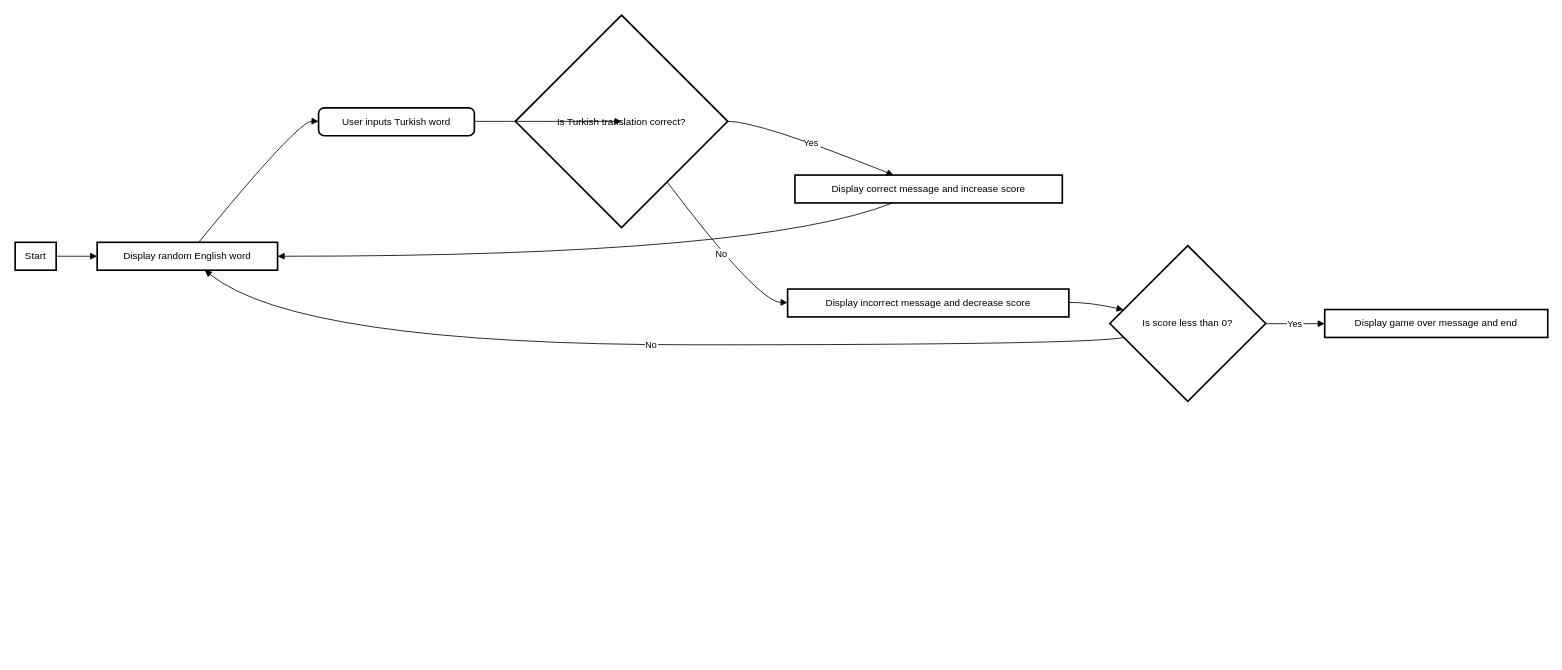
ozgurturkiye/peace01 keeps this draw.io diagram as Untitled Diagram.drawio. Above is the earlier version. Source tidied: cells renumbered, new cells numbered last; positions are measured from the earlier drawing's top-left corner, leaving out a move shared by most shapes. Both pictures are drawn from the tidied source at 82%, with x=0, y=0 at pixel (15, 15).
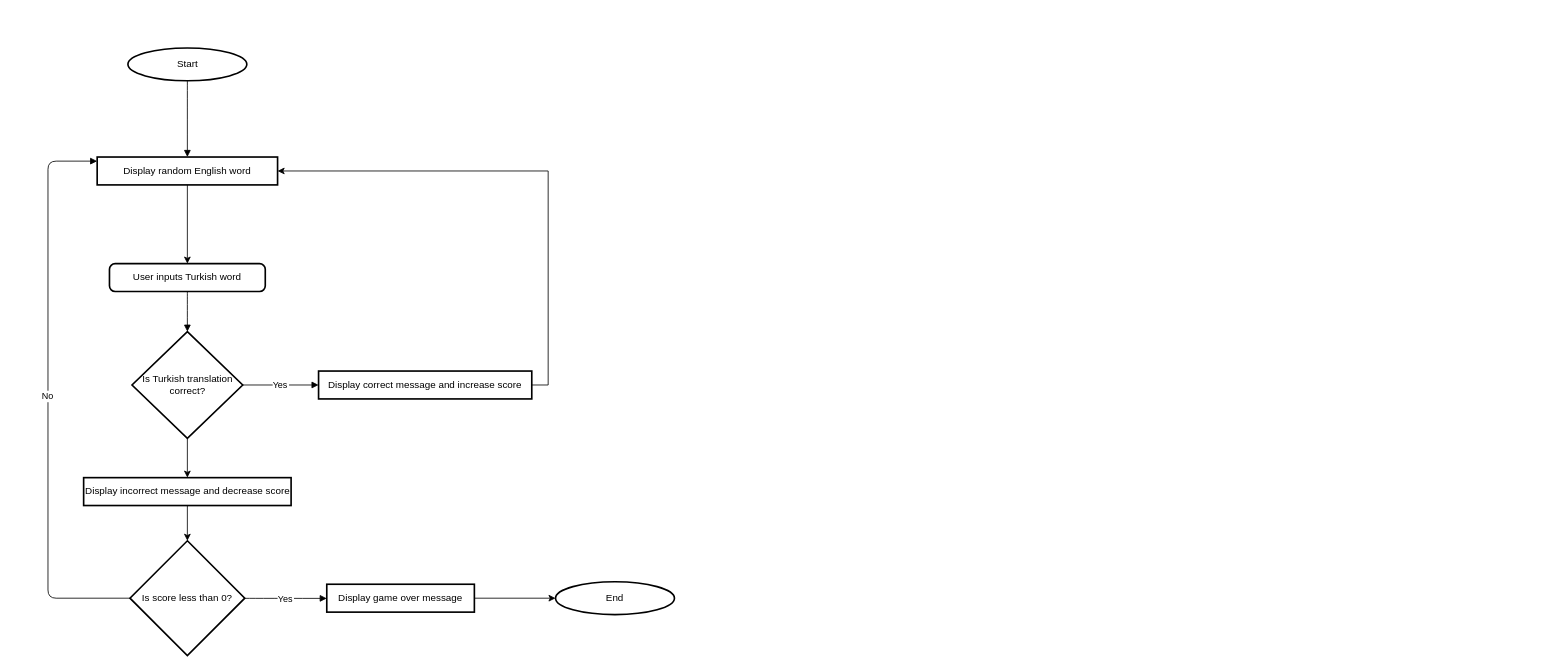
After the change.

What changed in the source:
```diff
@@
-    <mxCell id="2" value="Start" style="whiteSpace=wrap;strokeWidth=2;" parent="1" vertex="1">
-      <mxGeometry y="277" width="50" height="34" as="geometry" />
+    <mxCell id="2" value="Start" style="whiteSpace=wrap;strokeWidth=2;shape=ellipse;perimeter=ellipsePerimeter;html=1;" parent="1" vertex="1">
+      <mxGeometry x="137.5" y="40" width="145" height="40" as="geometry" />
     </mxCell>
+    <mxCell id="11" style="edgeStyle=orthogonalEdgeStyle;rounded=0;jettySize=auto;html=1;" parent="1" edge="1" source="3" target="4">
+      <mxGeometry relative="1" as="geometry" />
+    </mxCell>
     <mxCell id="3" value="Display random English word" style="whiteSpace=wrap;strokeWidth=2;" parent="1" vertex="1">
-      <mxGeometry x="100" y="277" width="220" height="34" as="geometry" />
+      <mxGeometry x="100" y="173" width="220" height="34" as="geometry" />
     </mxCell>
     <mxCell id="4" value="User inputs Turkish word" style="rounded=1;absoluteArcSize=1;arcSize=14;whiteSpace=wrap;strokeWidth=2;" parent="1" vertex="1">
-      <mxGeometry x="370" y="113" width="190" height="34" as="geometry" />
+      <mxGeometry x="115" y="303" width="190" height="34" as="geometry" />
     </mxCell>
+    <mxCell id="14" style="edgeStyle=orthogonalEdgeStyle;rounded=0;jettySize=auto;html=1;" parent="1" edge="1" source="5" target="7">
+      <mxGeometry relative="1" as="geometry" />
+    </mxCell>
     <mxCell id="5" value="Is Turkish translation correct?" style="rhombus;strokeWidth=2;whiteSpace=wrap;" parent="1" vertex="1">
-      <mxGeometry x="610" width="259" height="259" as="geometry" />
+      <mxGeometry x="142.5" y="386" width="135" height="130" as="geometry" />
     </mxCell>
+    <mxCell id="18" style="edgeStyle=orthogonalEdgeStyle;rounded=0;jettySize=auto;html=1;" parent="1" edge="1" source="6" target="3">
+      <mxGeometry relative="1" as="geometry">
+        <Array as="points">
+          <mxPoint x="650" y="451" />
+          <mxPoint x="650" y="190" />
+        </Array>
+      </mxGeometry>
+    </mxCell>
     <mxCell id="6" value="Display correct message and increase score" style="whiteSpace=wrap;strokeWidth=2;" parent="1" vertex="1">
-      <mxGeometry x="951" y="195" width="326" height="34" as="geometry" />
+      <mxGeometry x="370" y="434" width="260" height="34" as="geometry" />
     </mxCell>
+    <mxCell id="15" style="edgeStyle=orthogonalEdgeStyle;rounded=0;jettySize=auto;html=1;" parent="1" edge="1" source="7" target="8">
+      <mxGeometry relative="1" as="geometry" />
+    </mxCell>
     <mxCell id="7" value="Display incorrect message and decrease score" style="whiteSpace=wrap;strokeWidth=2;" parent="1" vertex="1">
-      <mxGeometry x="942" y="334" width="343" height="34" as="geometry" />
+      <mxGeometry x="83.5" y="564" width="253" height="34" as="geometry" />
     </mxCell>
     <mxCell id="8" value="Is score less than 0?" style="rhombus;strokeWidth=2;whiteSpace=wrap;" parent="1" vertex="1">
-      <mxGeometry x="1335" y="281" width="190" height="190" as="geometry" />
+      <mxGeometry x="140" y="641" width="140" height="140" as="geometry" />
     </mxCell>
+    <mxCell id="19" style="edgeStyle=orthogonalEdgeStyle;rounded=0;jettySize=auto;html=1;" parent="1" edge="1" source="9" target="20">
+      <mxGeometry relative="1" as="geometry" />
+    </mxCell>
-    <mxCell id="9" value="Display game over message and end" style="whiteSpace=wrap;strokeWidth=2;" parent="1" vertex="1">
-      <mxGeometry x="1597" y="359" width="272" height="34" as="geometry" />
+    <mxCell id="9" value="Display game over message" style="whiteSpace=wrap;strokeWidth=2;" parent="1" vertex="1">
+      <mxGeometry x="380" y="694" width="180" height="34" as="geometry" />
     </mxCell>
-    <mxCell id="10" style="curved=1;startArrow=none;endArrow=block;exitX=1.00015625;exitY=0.4997702205882353;entryX=0.000035511363636363635;entryY=0.4997702205882353;" parent="1" edge="1" source="2" target="3">
+    <mxCell id="10" style="curved=1;startArrow=none;endArrow=block;" parent="1" edge="1" source="2" target="3">
       <mxGeometry relative="1" as="geometry" />
     </mxCell>
-    <mxCell id="11" style="curved=1;startArrow=none;endArrow=block;exitX=0.5621675790281528;exitY=0.007123161764705882;entryX=-0.0006990131578947368;entryY=0.48517922794117646;" parent="1" edge="1" source="3" target="4">
-      <mxGeometry relative="1" as="geometry">
-        <Array as="points">
-          <mxPoint x="345" y="129" />
-        </Array>
-      </mxGeometry>
-    </mxCell>
-    <mxCell id="12" style="curved=1;startArrow=none;endArrow=block;exitX=1.001439144736842;exitY=0.48517922794117646;entryX=0.0010557432432432433;entryY=0.49998491795366795;" parent="1" edge="1" source="4" target="5">
+    <mxCell id="12" style="curved=1;startArrow=none;endArrow=block;" parent="1" edge="1" source="4" target="5">
       <mxGeometry relative="1" as="geometry" />
     </mxCell>
-    <mxCell id="13" value="Yes" style="curved=1;startArrow=none;endArrow=block;exitX=1.001025579150579;exitY=0.49998491795366795;entryX=0.36881376070006594;entryY=-0.00017233455882352942;" parent="1" edge="1" source="5" target="6">
-      <mxGeometry relative="1" as="geometry">
-        <Array as="points">
-          <mxPoint x="906" y="129" />
-        </Array>
-      </mxGeometry>
+    <mxCell id="13" value="Yes" style="startArrow=none;endArrow=block;" parent="1" edge="1" source="5" target="6">
+      <mxGeometry relative="1" as="geometry" />
     </mxCell>
-    <mxCell id="14" value="No" style="curved=1;startArrow=none;endArrow=block;exitX=0.8764073691383577;exitY=0.9999698359073359;entryX=-0.0002505466472303207;entryY=0.4813878676470588;" parent="1" edge="1" source="5" target="7">
-      <mxGeometry relative="1" as="geometry">
-        <Array as="points">
-          <mxPoint x="906" y="350" />
-        </Array>
-      </mxGeometry>
-    </mxCell>
-    <mxCell id="15" style="curved=1;startArrow=none;endArrow=block;exitX=1.000797193877551;exitY=0.4813878676470588;entryX=0.0014391447368421052;entryY=0.3935167658447471;" parent="1" edge="1" source="7" target="8">
-      <mxGeometry relative="1" as="geometry">
-        <Array as="points">
-          <mxPoint x="1310" y="350" />
-        </Array>
-      </mxGeometry>
-    </mxCell>
@@
-    <mxCell id="17" value="No" style="curved=1;startArrow=none;endArrow=block;exitX=0.0014391447368421052;exitY=0.6090325762605161;entryX=0.5947268293483973;entryY=0.9924172794117647;" parent="1" edge="1" source="8" target="3">
+    <mxCell id="17" value="No" style="startArrow=none;endArrow=block;edgeStyle=orthogonalEdgeStyle;" parent="1" edge="1" source="8" target="3">
       <mxGeometry relative="1" as="geometry">
         <Array as="points">
-          <mxPoint x="1310" y="402" />
-          <mxPoint x="345" y="402" />
+          <mxPoint x="40" y="711" />
+          <mxPoint x="40" y="178" />
         </Array>
       </mxGeometry>
     </mxCell>
-    <mxCell id="18" style="curved=1;startArrow=none;endArrow=block;exitX=0.36881376070006594;exitY=0.9851217830882353;entryX=0.9993963068181818;entryY=0.4997702205882353;" parent="1" edge="1" source="6" target="3">
-      <mxGeometry relative="1" as="geometry">
-        <Array as="points">
-          <mxPoint x="906" y="294" />
-        </Array>
-      </mxGeometry>
-    </mxCell>
+    <mxCell id="20" value="End" style="whiteSpace=wrap;strokeWidth=2;shape=ellipse;perimeter=ellipsePerimeter;html=1;" parent="1" vertex="1">
+      <mxGeometry x="659" y="691" width="145" height="40" as="geometry" />
+    </mxCell>
```
